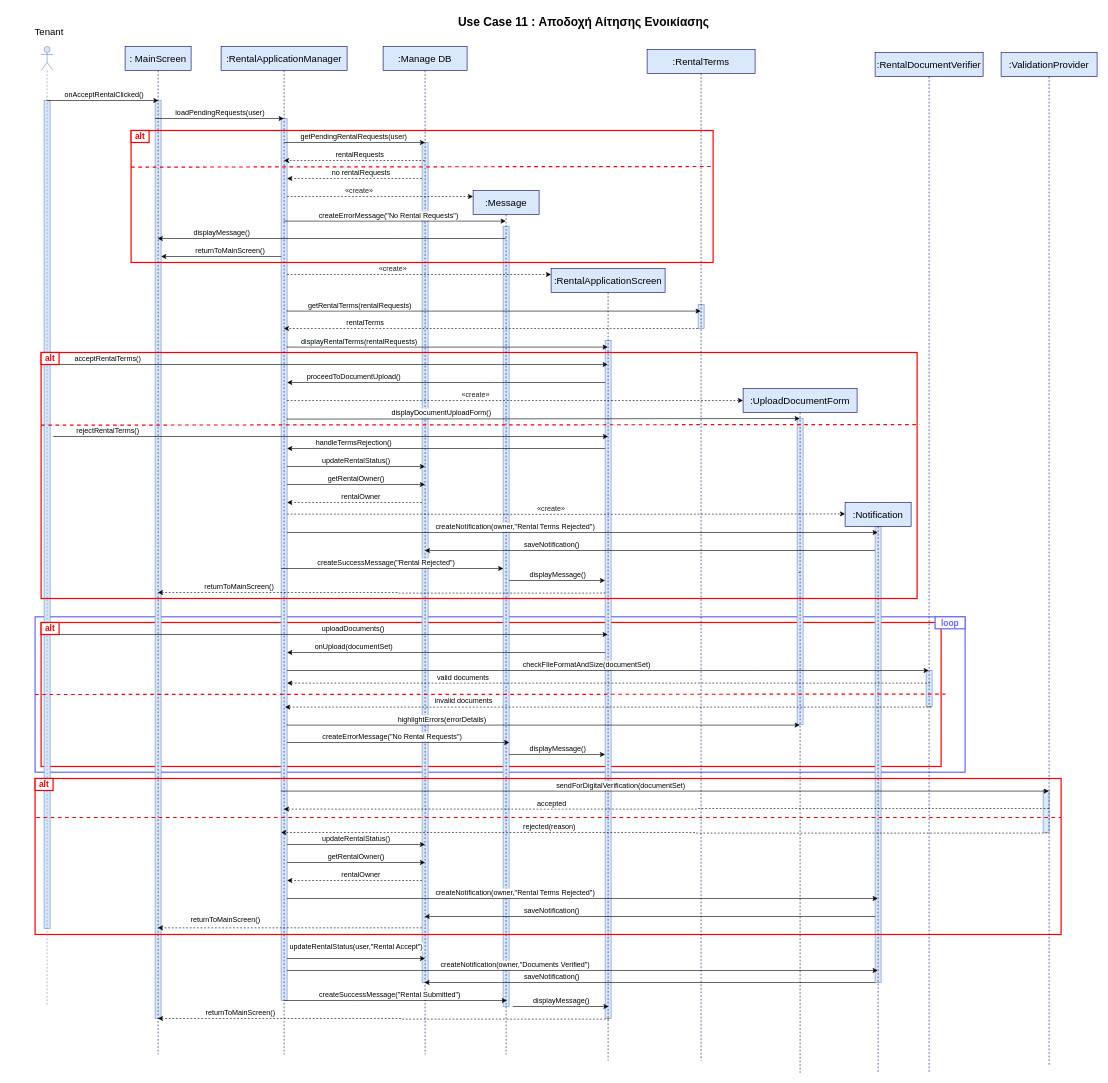
The draw.io diagram page "use-case-11" (11 of 15) of FINAL DIAGRAMS/final_sequences.drawio in evelinastavropoulou/HomeLink, before the edit. Source tidied: cells renumbered, new cells numbered last; positions are measured from the earlier drawing's top-left corner, leaving out a move shared by most shapes. Both pictures are drawn from the tidied source at 60%, with x=0, y=0 at pixel (10, 10).
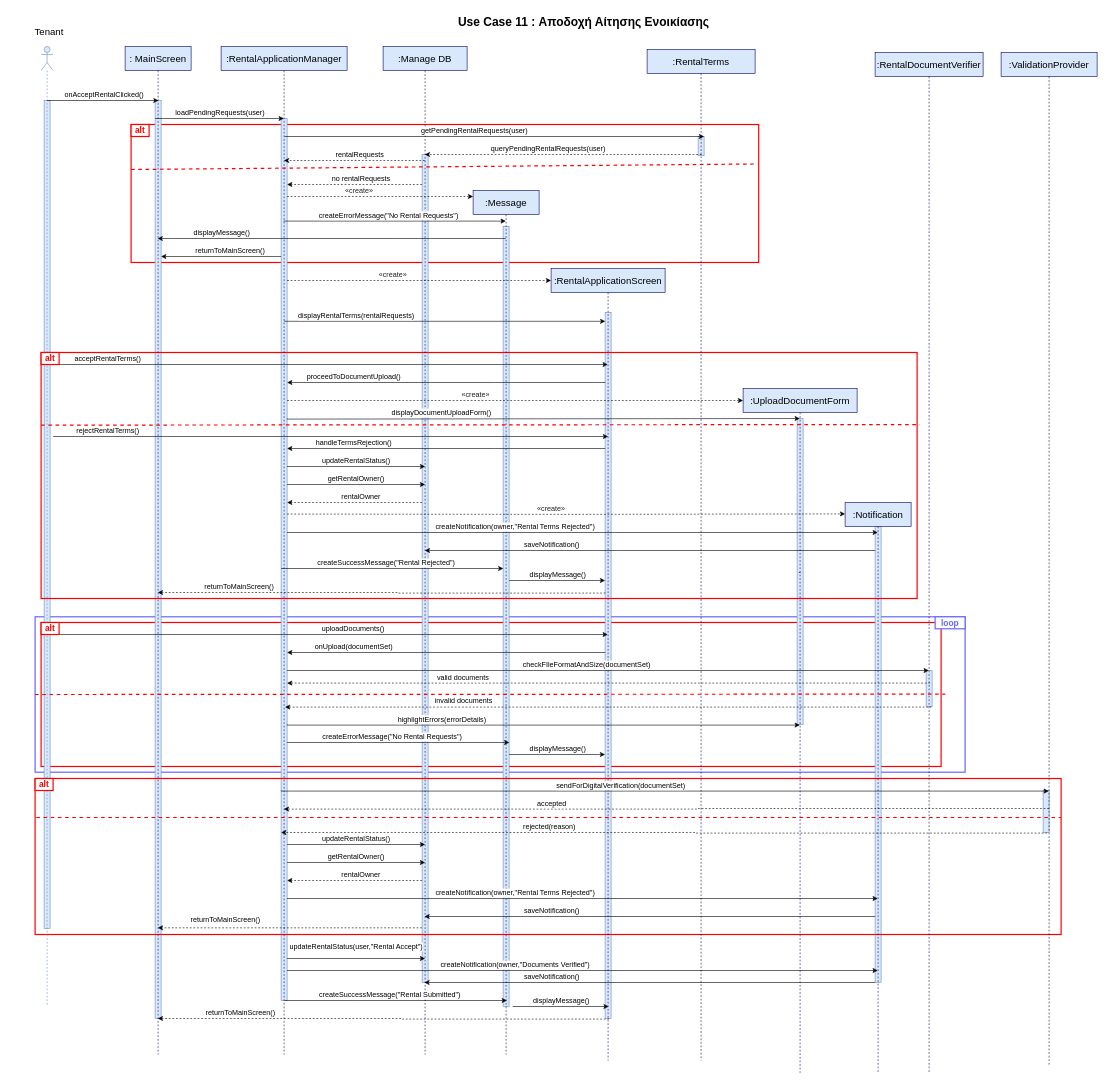
Above is the later version.

Unchanged cells that the change refers to:
```xml
<mxCell id="20" value=":Manage DB" style="shape=umlLifeline;perimeter=lifelinePerimeter;whiteSpace=wrap;html=1;outlineConnect=0;portConstraint=eastwest;newEdgeStyle={&quot;curved&quot;:0,&quot;rounded&quot;:0};fillColor=#dae8fc;strokeColor=#000066;fontSize=16;" parent="1" vertex="1">
  <mxGeometry x="621" y="60" width="140" height="1680" as="geometry" />
</mxCell>
<mxCell id="22" value=":RentalApplicationManager" style="shape=umlLifeline;perimeter=lifelinePerimeter;whiteSpace=wrap;html=1;outlineConnect=0;portConstraint=eastwest;newEdgeStyle={&quot;curved&quot;:0,&quot;rounded&quot;:0};fillColor=#dae8fc;strokeColor=#000066;fontSize=16;" parent="1" vertex="1">
  <mxGeometry x="351" y="60" width="210" height="1680" as="geometry" />
</mxCell>
<mxCell id="51" value=":RentalTerms" style="shape=umlLifeline;perimeter=lifelinePerimeter;whiteSpace=wrap;html=1;outlineConnect=0;portConstraint=eastwest;newEdgeStyle={&quot;curved&quot;:0,&quot;rounded&quot;:0};fillColor=#dae8fc;strokeColor=#000066;fontSize=16;" parent="1" vertex="1">
  <mxGeometry x="1061" y="65" width="180" height="1685" as="geometry" />
</mxCell>
```

Change to the diagram source:
```diff
@@
+    <mxCell id="17" style="rounded=0;whiteSpace=wrap;html=1;fillColor=none;strokeColor=#FF0000;strokeWidth=2;fontSize=14;" parent="1" vertex="1">
+      <mxGeometry x="201" y="190" width="1046" height="230" as="geometry" />
+    </mxCell>
+    <mxCell id="142" style="rounded=0;whiteSpace=wrap;html=1;fillColor=#dae8fc;strokeColor=#6c8ebf;" parent="1" vertex="1">
+      <mxGeometry x="1146" y="210" width="10" height="32" as="geometry" />
+    </mxCell>
@@
-    <mxCell id="8" style="rounded=0;whiteSpace=wrap;html=1;fillColor=#dae8fc;strokeColor=#6c8ebf;" parent="1" vertex="1">
-      <mxGeometry x="1146" y="490" width="10" height="40" as="geometry" />
-    </mxCell>
     <mxCell id="9" style="rounded=0;whiteSpace=wrap;html=1;fillColor=#dae8fc;strokeColor=#6c8ebf;" parent="1" vertex="1">
-      <mxGeometry x="991" y="550" width="10" height="1130" as="geometry" />
+      <mxGeometry x="991" y="503" width="10" height="1177" as="geometry" />
     </mxCell>
@@
     <mxCell id="11" style="rounded=0;whiteSpace=wrap;html=1;fillColor=#dae8fc;strokeColor=#6c8ebf;" parent="1" vertex="1">
-      <mxGeometry x="686" y="220" width="10" height="1400" as="geometry" />
+      <mxGeometry x="686" y="240" width="10" height="1380" as="geometry" />
     </mxCell>
@@
-    <mxCell id="17" style="rounded=0;whiteSpace=wrap;html=1;fillColor=none;strokeColor=#FF0000;strokeWidth=2;fontSize=14;" parent="1" vertex="1">
-      <mxGeometry x="201" y="200" width="970" height="220" as="geometry" />
-    </mxCell>
@@
-    <mxCell id="34" style="edgeStyle=orthogonalEdgeStyle;rounded=0;orthogonalLoop=1;jettySize=auto;html=1;curved=0;" parent="1" edge="1">
+    <mxCell id="34" style="edgeStyle=orthogonalEdgeStyle;rounded=0;orthogonalLoop=1;jettySize=auto;html=1;curved=0;entryX=0.522;entryY=0.092;entryDx=0;entryDy=0;entryPerimeter=0;" parent="1" edge="1">
       <mxGeometry relative="1" as="geometry">
-        <mxPoint x="455.7" y="220" as="sourcePoint" />
-        <mxPoint x="691" y="220" as="targetPoint" />
+        <mxPoint x="456.8" y="210" as="sourcePoint" />
+        <mxPoint x="1156" y="210" as="targetPoint" />
       </mxGeometry>
     </mxCell>
@@
     <mxCell id="42" style="edgeStyle=orthogonalEdgeStyle;rounded=0;orthogonalLoop=1;jettySize=auto;html=1;curved=0;dashed=1;" parent="1" edge="1">
       <mxGeometry relative="1" as="geometry">
-        <mxPoint x="685.8" y="280" as="sourcePoint" />
-        <mxPoint x="461" y="280" as="targetPoint" />
+        <mxPoint x="685.8" y="290" as="sourcePoint" />
+        <mxPoint x="461" y="290" as="targetPoint" />
       </mxGeometry>
     </mxCell>
@@
     <mxCell id="47" style="edgeStyle=orthogonalEdgeStyle;rounded=0;orthogonalLoop=1;jettySize=auto;html=1;curved=0;dashed=1;" parent="1" edge="1">
       <mxGeometry relative="1" as="geometry">
-        <mxPoint x="461" y="440" as="sourcePoint" />
-        <mxPoint x="901" y="440" as="targetPoint" />
+        <mxPoint x="461" y="450" as="sourcePoint" />
+        <mxPoint x="901" y="450" as="targetPoint" />
       </mxGeometry>
     </mxCell>
@@
     <mxCell id="49" style="edgeStyle=orthogonalEdgeStyle;rounded=0;orthogonalLoop=1;jettySize=auto;html=1;curved=0;" parent="1" edge="1">
       <mxGeometry relative="1" as="geometry">
-        <mxPoint x="461" y="560" as="sourcePoint" />
-        <mxPoint x="995.5" y="561" as="targetPoint" />
+        <mxPoint x="456.8" y="517" as="sourcePoint" />
+        <mxPoint x="991.3" y="518" as="targetPoint" />
         <Array as="points">
-          <mxPoint x="461" y="561" />
+          <mxPoint x="456.8" y="518" />
         </Array>
       </mxGeometry>
     </mxCell>
@@
-    <mxCell id="52" style="edgeStyle=orthogonalEdgeStyle;rounded=0;jettySize=auto;html=1;curved=0;" parent="1" edge="1" target="51">
-      <mxGeometry relative="1" as="geometry">
-        <mxPoint x="461" y="500" as="sourcePoint" />
-        <Array as="points">
-          <mxPoint x="461" y="501" />
-        </Array>
-      </mxGeometry>
-    </mxCell>
-    <mxCell id="53" value="getRentalTerms(rentalRequests)" style="edgeLabel;html=1;align=center;verticalAlign=middle;fontSize=12;" parent="52" vertex="1">
-      <mxGeometry x="-0.14" y="3" relative="1" as="geometry">
-        <mxPoint x="-176" y="-7" as="offset" />
-      </mxGeometry>
-    </mxCell>
-    <mxCell id="54" style="edgeStyle=orthogonalEdgeStyle;rounded=0;jettySize=auto;html=1;curved=0;dashed=1;" parent="1" edge="1" target="22">
-      <mxGeometry relative="1" as="geometry">
-        <mxPoint x="1145.8" y="530" as="sourcePoint" />
-        <Array as="points">
-          <mxPoint x="1001" y="530" />
-          <mxPoint x="1001" y="530" />
-        </Array>
-      </mxGeometry>
-    </mxCell>
-    <mxCell id="55" value="rentalTerms" style="edgeLabel;html=1;align=center;verticalAlign=middle;fontSize=12;" parent="54" vertex="1">
-      <mxGeometry x="0.3" y="-2" relative="1" as="geometry">
-        <mxPoint x="-106" y="-8" as="offset" />
-      </mxGeometry>
-    </mxCell>
@@
-    <mxCell id="58" style="endArrow=none;dashed=1;html=1;strokeWidth=2;rounded=0;fillColor=#f8cecc;strokeColor=#FF0000;fontSize=14;" parent="1" edge="1">
+    <mxCell id="58" style="endArrow=none;dashed=1;html=1;strokeWidth=2;rounded=0;fillColor=#f8cecc;strokeColor=#FF0000;fontSize=14;entryX=0.998;entryY=0.286;entryDx=0;entryDy=0;entryPerimeter=0;" parent="1" edge="1" target="17">
       <mxGeometry relative="1" as="geometry">
-        <mxPoint x="201" y="261" as="sourcePoint" />
-        <mxPoint x="1171" y="260" as="targetPoint" />
+        <mxPoint x="201" y="265" as="sourcePoint" />
       </mxGeometry>
     </mxCell>
     <mxCell id="59" value="alt" style="rounded=0;whiteSpace=wrap;html=1;strokeColor=#FF0000;strokeWidth=2;fontColor=#FF0000;fontStyle=1;fontSize=14;" parent="1" vertex="1">
-      <mxGeometry x="201" y="200" width="30" height="20" as="geometry" />
+      <mxGeometry x="201" y="190" width="30" height="20" as="geometry" />
     </mxCell>
@@
+    <mxCell id="143" style="edgeStyle=orthogonalEdgeStyle;rounded=0;jettySize=auto;html=1;curved=0;dashed=1;" parent="1" edge="1" target="20">
+      <mxGeometry relative="1" as="geometry">
+        <mxPoint x="1151.8" y="240" as="sourcePoint" />
+        <Array as="points">
+          <mxPoint x="850" y="240" />
+          <mxPoint x="850" y="240" />
+        </Array>
+      </mxGeometry>
+    </mxCell>
+    <mxCell id="144" value="queryPendingRentalRequests(user)" style="edgeLabel;html=1;align=center;verticalAlign=middle;fontSize=12;" parent="143" vertex="1">
+      <mxGeometry x="0.3" y="-2" relative="1" as="geometry">
+        <mxPoint x="44" y="-8" as="offset" />
+      </mxGeometry>
+    </mxCell>
```
